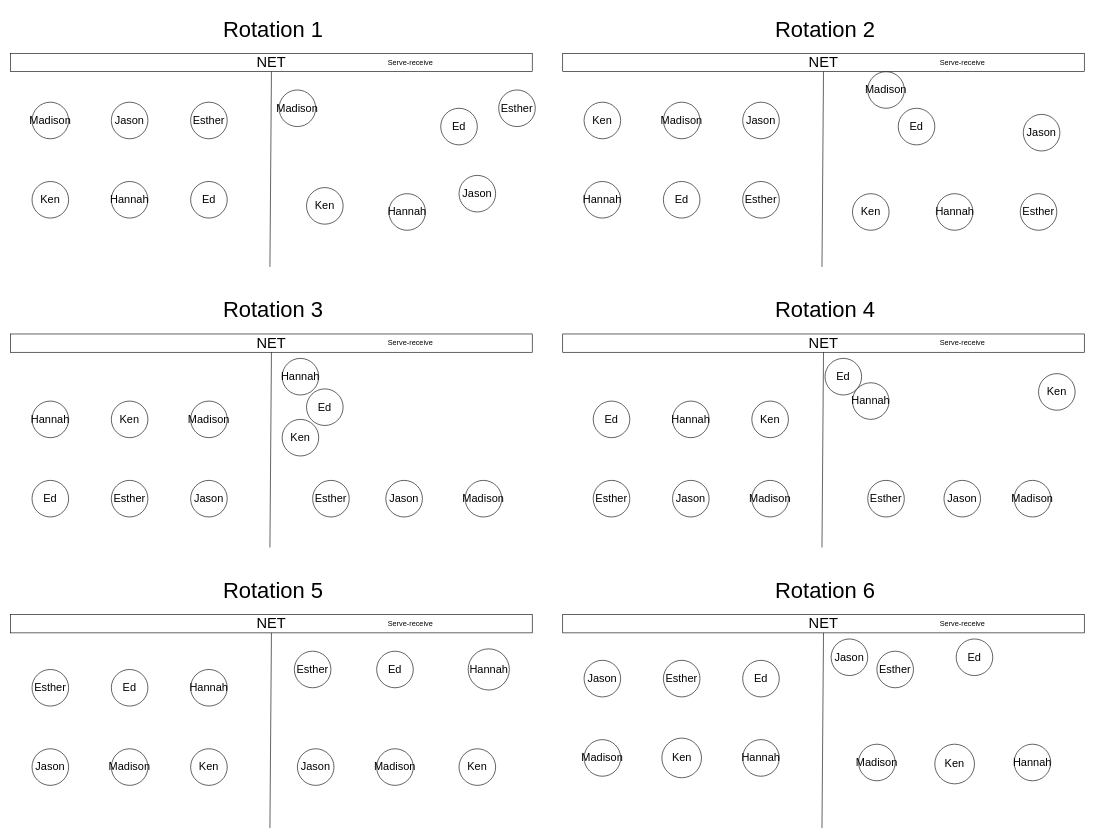
Above: Monday.drawio in Jayxuchen/Code (draw.io), before the change. Source tidied: cells renumbered, new cells numbered last; positions are measured from the earlier drawing's top-left corner, leaving out a move shared by most shapes. Both pictures are drawn from the tidied source at 61%, with x=0, y=0 at pixel (10, 10).
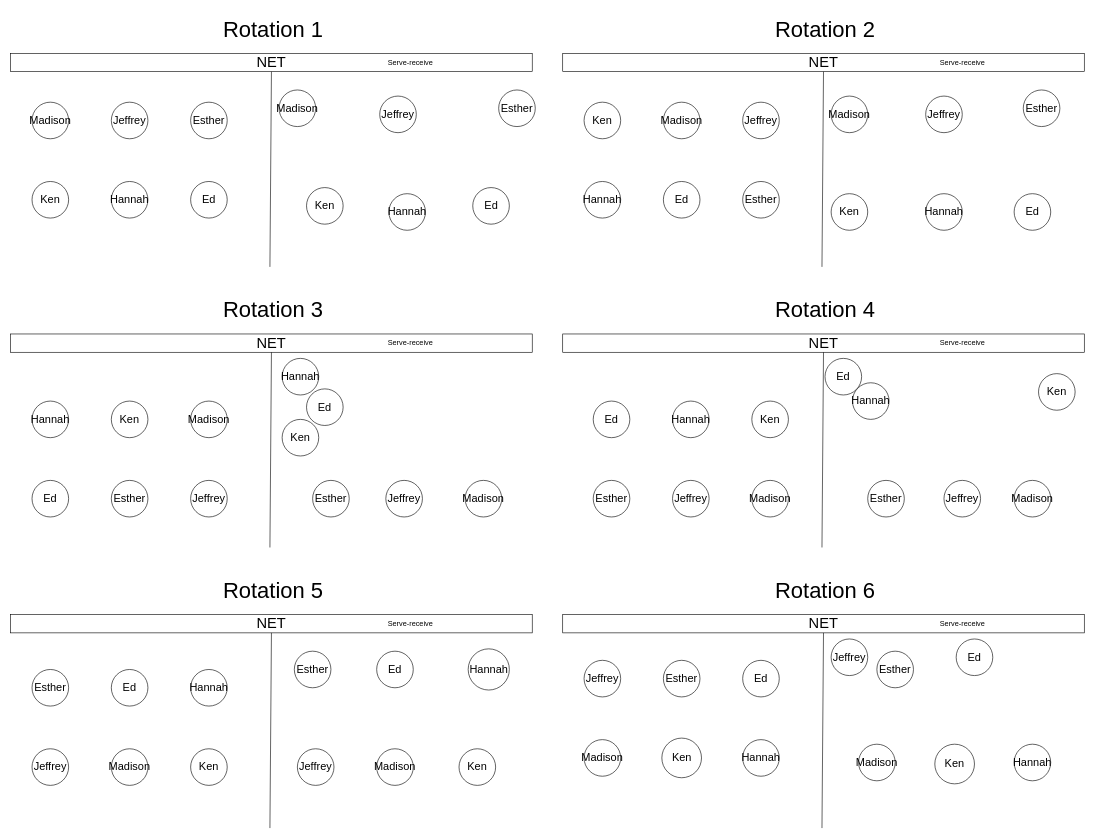
After the change.

Diff of the diagram source:
```diff
@@
-    <mxCell id="6" value="&lt;font style=&quot;font-size: 18px;&quot;&gt;Jason&lt;/font&gt;" style="ellipse;whiteSpace=wrap;html=1;" parent="1" vertex="1">
+    <mxCell id="6" value="&lt;font style=&quot;font-size: 18px;&quot;&gt;Jeffrey&lt;/font&gt;" style="ellipse;whiteSpace=wrap;html=1;" parent="1" vertex="1">
       <mxGeometry x="165" y="150" width="60" height="60" as="geometry" />
     </mxCell>
@@
-    <mxCell id="13" value="&lt;font style=&quot;font-size: 18px;&quot;&gt;Jason&lt;/font&gt;" style="ellipse;whiteSpace=wrap;html=1;" parent="1" vertex="1">
-      <mxGeometry x="735" y="270" width="60" height="60" as="geometry" />
+    <mxCell id="13" value="&lt;font style=&quot;font-size: 18px;&quot;&gt;Jeffrey&lt;/font&gt;" style="ellipse;whiteSpace=wrap;html=1;" parent="1" vertex="1">
+      <mxGeometry x="605" y="140" width="60" height="60" as="geometry" />
     </mxCell>
@@
     <mxCell id="17" value="&lt;span style=&quot;font-size: 18px;&quot;&gt;Ed&lt;/span&gt;" style="ellipse;whiteSpace=wrap;html=1;" parent="1" vertex="1">
-      <mxGeometry x="705" y="160" width="60" height="60" as="geometry" />
+      <mxGeometry x="757.5" y="290" width="60" height="60" as="geometry" />
     </mxCell>
@@
-    <mxCell id="22" value="&lt;font style=&quot;font-size: 18px;&quot;&gt;Jason&lt;/font&gt;" style="ellipse;whiteSpace=wrap;html=1;" parent="1" vertex="1">
+    <mxCell id="22" value="&lt;font style=&quot;font-size: 18px;&quot;&gt;Jeffrey&lt;/font&gt;" style="ellipse;whiteSpace=wrap;html=1;" parent="1" vertex="1">
       <mxGeometry x="1200" y="150" width="60" height="60" as="geometry" />
     </mxCell>
@@
     <mxCell id="44" value="&lt;font style=&quot;font-size: 18px;&quot;&gt;Madison&lt;/font&gt;" style="ellipse;whiteSpace=wrap;html=1;" parent="1" vertex="1">
-      <mxGeometry x="1405" y="100" width="60" height="60" as="geometry" />
+      <mxGeometry x="1345" y="140" width="60" height="60" as="geometry" />
     </mxCell>
-    <mxCell id="45" value="&lt;font style=&quot;font-size: 18px;&quot;&gt;Jason&lt;/font&gt;" style="ellipse;whiteSpace=wrap;html=1;" parent="1" vertex="1">
-      <mxGeometry x="1660" y="170" width="60" height="60" as="geometry" />
+    <mxCell id="45" value="&lt;font style=&quot;font-size: 18px;&quot;&gt;Jeffrey&lt;/font&gt;" style="ellipse;whiteSpace=wrap;html=1;" parent="1" vertex="1">
+      <mxGeometry x="1500" y="140" width="60" height="60" as="geometry" />
     </mxCell>
     <mxCell id="46" value="&lt;font style=&quot;font-size: 18px;&quot;&gt;Esther&lt;/font&gt;" style="ellipse;whiteSpace=wrap;html=1;" parent="1" vertex="1">
-      <mxGeometry x="1655" y="300" width="60" height="60" as="geometry" />
+      <mxGeometry x="1660" y="130" width="60" height="60" as="geometry" />
     </mxCell>
     <mxCell id="47" value="&lt;font style=&quot;font-size: 18px;&quot;&gt;Ken&lt;/font&gt;" style="ellipse;whiteSpace=wrap;html=1;" parent="1" vertex="1">
-      <mxGeometry x="1380" y="300" width="60" height="60" as="geometry" />
+      <mxGeometry x="1345" y="300" width="60" height="60" as="geometry" />
     </mxCell>
     <mxCell id="48" value="&lt;font style=&quot;font-size: 18px;&quot;&gt;Hannah&lt;/font&gt;" style="ellipse;whiteSpace=wrap;html=1;" parent="1" vertex="1">
-      <mxGeometry x="1517.5" y="300" width="60" height="60" as="geometry" />
+      <mxGeometry x="1500" y="300" width="60" height="60" as="geometry" />
     </mxCell>
     <mxCell id="49" value="&lt;span style=&quot;font-size: 18px;&quot;&gt;Ed&lt;/span&gt;" style="ellipse;whiteSpace=wrap;html=1;" parent="1" vertex="1">
-      <mxGeometry x="1455" y="160" width="60" height="60" as="geometry" />
+      <mxGeometry x="1645" y="300" width="60" height="60" as="geometry" />
     </mxCell>
@@
-    <mxCell id="51" value="&lt;font style=&quot;font-size: 18px;&quot;&gt;Jason&lt;/font&gt;" style="ellipse;whiteSpace=wrap;html=1;" parent="1" vertex="1">
+    <mxCell id="51" value="&lt;font style=&quot;font-size: 18px;&quot;&gt;Jeffrey&lt;/font&gt;" style="ellipse;whiteSpace=wrap;html=1;" parent="1" vertex="1">
       <mxGeometry x="295" y="770" width="60" height="60" as="geometry" />
     </mxCell>
@@
-    <mxCell id="57" value="&lt;font style=&quot;font-size: 18px;&quot;&gt;Jason&lt;/font&gt;" style="ellipse;whiteSpace=wrap;html=1;" parent="1" vertex="1">
+    <mxCell id="57" value="&lt;font style=&quot;font-size: 18px;&quot;&gt;Jeffrey&lt;/font&gt;" style="ellipse;whiteSpace=wrap;html=1;" parent="1" vertex="1">
       <mxGeometry x="615" y="770" width="60" height="60" as="geometry" />
     </mxCell>
@@
-    <mxCell id="63" value="&lt;font style=&quot;font-size: 18px;&quot;&gt;Jason&lt;/font&gt;" style="ellipse;whiteSpace=wrap;html=1;" parent="1" vertex="1">
+    <mxCell id="63" value="&lt;font style=&quot;font-size: 18px;&quot;&gt;Jeffrey&lt;/font&gt;" style="ellipse;whiteSpace=wrap;html=1;" parent="1" vertex="1">
       <mxGeometry x="1085" y="770" width="60" height="60" as="geometry" />
     </mxCell>
@@
-    <mxCell id="69" value="&lt;font style=&quot;font-size: 18px;&quot;&gt;Jason&lt;/font&gt;" style="ellipse;whiteSpace=wrap;html=1;" parent="1" vertex="1">
+    <mxCell id="69" value="&lt;font style=&quot;font-size: 18px;&quot;&gt;Jeffrey&lt;/font&gt;" style="ellipse;whiteSpace=wrap;html=1;" parent="1" vertex="1">
       <mxGeometry x="1530" y="770" width="60" height="60" as="geometry" />
     </mxCell>
@@
-    <mxCell id="75" value="&lt;font style=&quot;font-size: 18px;&quot;&gt;Jason&lt;/font&gt;" style="ellipse;whiteSpace=wrap;html=1;" parent="1" vertex="1">
+    <mxCell id="75" value="&lt;font style=&quot;font-size: 18px;&quot;&gt;Jeffrey&lt;/font&gt;" style="ellipse;whiteSpace=wrap;html=1;" parent="1" vertex="1">
       <mxGeometry x="35" y="1210" width="60" height="60" as="geometry" />
     </mxCell>
@@
-    <mxCell id="81" value="&lt;font style=&quot;font-size: 18px;&quot;&gt;Jason&lt;/font&gt;" style="ellipse;whiteSpace=wrap;html=1;" parent="1" vertex="1">
+    <mxCell id="81" value="&lt;font style=&quot;font-size: 18px;&quot;&gt;Jeffrey&lt;/font&gt;" style="ellipse;whiteSpace=wrap;html=1;" parent="1" vertex="1">
       <mxGeometry x="470" y="1210" width="60" height="60" as="geometry" />
     </mxCell>
@@
-    <mxCell id="87" value="&lt;font style=&quot;font-size: 18px;&quot;&gt;Jason&lt;/font&gt;" style="ellipse;whiteSpace=wrap;html=1;" parent="1" vertex="1">
+    <mxCell id="87" value="&lt;font style=&quot;font-size: 18px;&quot;&gt;Jeffrey&lt;/font&gt;" style="ellipse;whiteSpace=wrap;html=1;" parent="1" vertex="1">
       <mxGeometry x="940" y="1065" width="60" height="60" as="geometry" />
     </mxCell>
@@
-    <mxCell id="93" value="&lt;font style=&quot;font-size: 18px;&quot;&gt;Jason&lt;/font&gt;" style="ellipse;whiteSpace=wrap;html=1;" parent="1" vertex="1">
+    <mxCell id="93" value="&lt;font style=&quot;font-size: 18px;&quot;&gt;Jeffrey&lt;/font&gt;" style="ellipse;whiteSpace=wrap;html=1;" parent="1" vertex="1">
       <mxGeometry x="1345" y="1030" width="60" height="60" as="geometry" />
     </mxCell>
```
